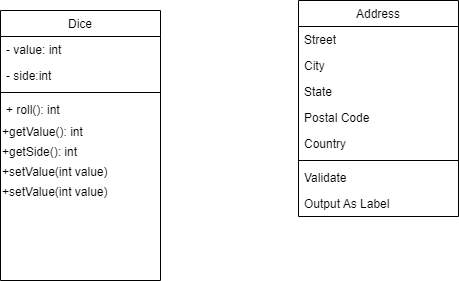
This is documentazione/uml/ClassDiagramDice.drawio.png from lta-unimib/progetto-risiko-1-risikiamo, a draw.io export, as it was before one commit. Source tidied: cells renumbered, new cells last; positions are measured from the earlier drawing's top-left corner, leaving out a move shared by most shapes.
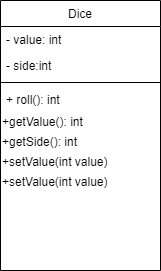
The same file after the commit.

Commit message:
Fix SonarCloud issue

Diff of the diagram source:
```diff
@@ -29,32 +29,5 @@
     <mxCell id="10" value="&lt;span&gt;+setValue(int value)&lt;/span&gt;" style="text;html=1;align=left;verticalAlign=middle;strokeColor=none;fillColor=none;" parent="2" vertex="1">
       <mxGeometry y="172" width="160" height="20" as="geometry" />
     </mxCell>
-    <mxCell id="11" value="Address" style="swimlane;fontStyle=0;align=center;verticalAlign=top;horizontal=1;startSize=26;rounded=0;shadow=0;strokeWidth=1;" parent="1" vertex="1">
-      <mxGeometry x="298" width="160" height="216" as="geometry" />
-    </mxCell>
-    <mxCell id="12" value="Street" style="text;align=left;verticalAlign=top;spacingLeft=4;spacingRight=4;overflow=hidden;" parent="11" vertex="1">
-      <mxGeometry y="26" width="160" height="26" as="geometry" />
-    </mxCell>
-    <mxCell id="13" value="City" style="text;align=left;verticalAlign=top;spacingLeft=4;spacingRight=4;overflow=hidden;rounded=0;shadow=0;html=0;" parent="11" vertex="1">
-      <mxGeometry y="52" width="160" height="26" as="geometry" />
-    </mxCell>
-    <mxCell id="14" value="State" style="text;align=left;verticalAlign=top;spacingLeft=4;spacingRight=4;overflow=hidden;rounded=0;shadow=0;html=0;" parent="11" vertex="1">
-      <mxGeometry y="78" width="160" height="26" as="geometry" />
-    </mxCell>
-    <mxCell id="15" value="Postal Code" style="text;align=left;verticalAlign=top;spacingLeft=4;spacingRight=4;overflow=hidden;rounded=0;shadow=0;html=0;" parent="11" vertex="1">
-      <mxGeometry y="104" width="160" height="26" as="geometry" />
-    </mxCell>
-    <mxCell id="16" value="Country" style="text;align=left;verticalAlign=top;spacingLeft=4;spacingRight=4;overflow=hidden;rounded=0;shadow=0;html=0;" parent="11" vertex="1">
-      <mxGeometry y="130" width="160" height="26" as="geometry" />
-    </mxCell>
-    <mxCell id="17" style="line;html=1;strokeWidth=1;align=left;verticalAlign=middle;spacingTop=-1;spacingLeft=3;spacingRight=3;labelPosition=right;" parent="11" vertex="1">
-      <mxGeometry y="156" width="160" height="8" as="geometry" />
-    </mxCell>
-    <mxCell id="18" value="Validate" style="text;align=left;verticalAlign=top;spacingLeft=4;spacingRight=4;overflow=hidden;" parent="11" vertex="1">
-      <mxGeometry y="164" width="160" height="26" as="geometry" />
-    </mxCell>
-    <mxCell id="19" value="Output As Label" style="text;align=left;verticalAlign=top;spacingLeft=4;spacingRight=4;overflow=hidden;" parent="11" vertex="1">
-      <mxGeometry y="190" width="160" height="26" as="geometry" />
-    </mxCell>
   </root>
 </mxGraphModel>
```
